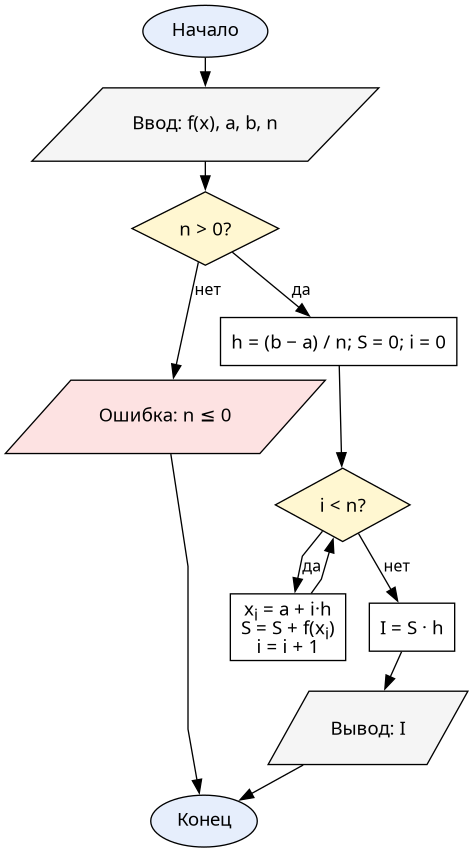
The Graphviz diagram doc/resources/flowcharts/left_rect.png in Oriptal/calc-math-lab2, before a commit. Its source is kept beside it as doc/resources/flowcharts/left_rect.dot.
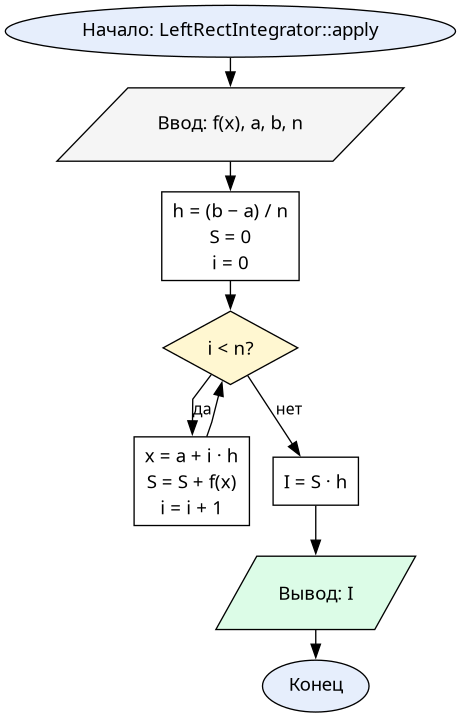
After the commit.

What changed in the source:
```diff
@@ -3,22 +3,16 @@
   node  [fontname="CMU Serif", fontsize=14, style="filled", fillcolor="#ffffff", color="#000000"]
   edge  [fontname="CMU Serif", fontsize=12, color="#000000"]
 
-  start [label="Начало", shape=oval, fillcolor="#e6eefc"]
-  input [label="Ввод: f(x), a, b, n", shape=parallelogram, fillcolor="#f5f5f5"]
-  chkN  [label=<n &gt; 0?>, shape=diamond, fillcolor="#fff7d1"]
-  err   [label="Ошибка: n ≤ 0", shape=parallelogram, fillcolor="#fde2e2"]
-  init  [label=<h = (b − a) / n; S = 0; i = 0>, shape=box]
-  loop  [label=<i &lt; n?>, shape=diamond, fillcolor="#fff7d1"]
-  body  [label=<x<SUB>i</SUB> = a + i·h<BR/>S = S + f(x<SUB>i</SUB>)<BR/>i = i + 1>, shape=box]
-  mul   [label=<I = S · h>, shape=box]
-  output [label=<Вывод: I>, shape=parallelogram, fillcolor="#f5f5f5"]
+  start  [label="Начало: LeftRectIntegrator::apply", shape=oval, fillcolor="#e6eefc"]
+  input  [label="Ввод: f(x), a, b, n", shape=parallelogram, fillcolor="#f5f5f5"]
+  init   [label=<h = (b − a) / n<BR/>S = 0<BR/>i = 0>, shape=box]
+  loop   [label=<i &lt; n?>, shape=diamond, fillcolor="#fff7d1"]
+  body   [label=<x = a + i · h<BR/>S = S + f(x)<BR/>i = i + 1>, shape=box]
+  mul    [label=<I = S · h>, shape=box]
+  output [label=<Вывод: I>, shape=parallelogram, fillcolor="#dcfce7"]
   stop   [label="Конец", shape=oval, fillcolor="#e6eefc"]
 
-  start -> input -> chkN
-  chkN -> err [label="нет"]
-  err -> stop
-  chkN -> init [label="да"]
-  init -> loop
+  start -> input -> init -> loop
   loop -> body [label="да"]
   body -> loop
   loop -> mul [label="нет"]
```
